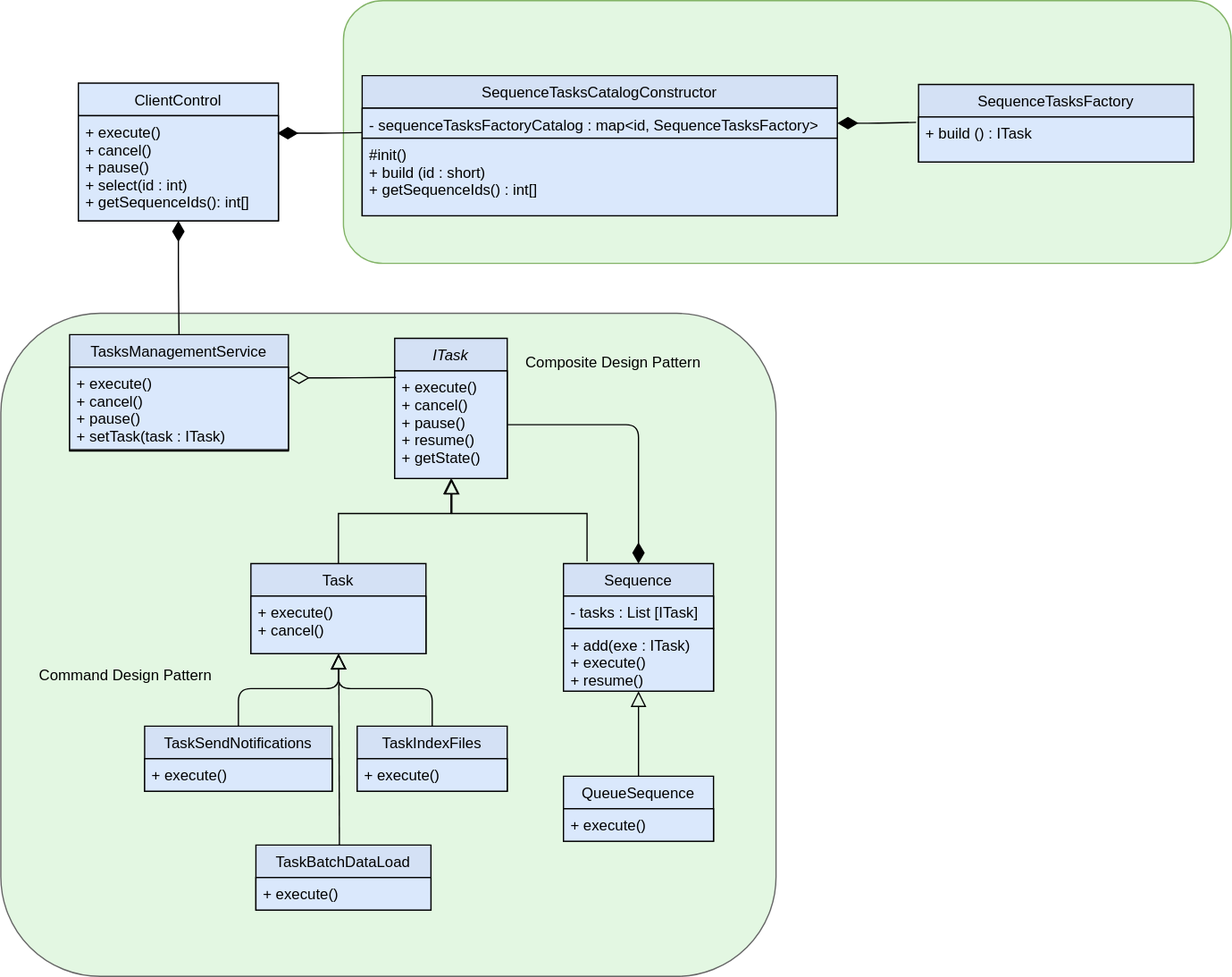
Above: design/TaskManagementService.svg in cguz/task-management-service (draw.io), before the change. Source tidied: cells renumbered, new cells last; positions are measured from the earlier drawing's top-left corner, leaving out a move shared by most shapes.
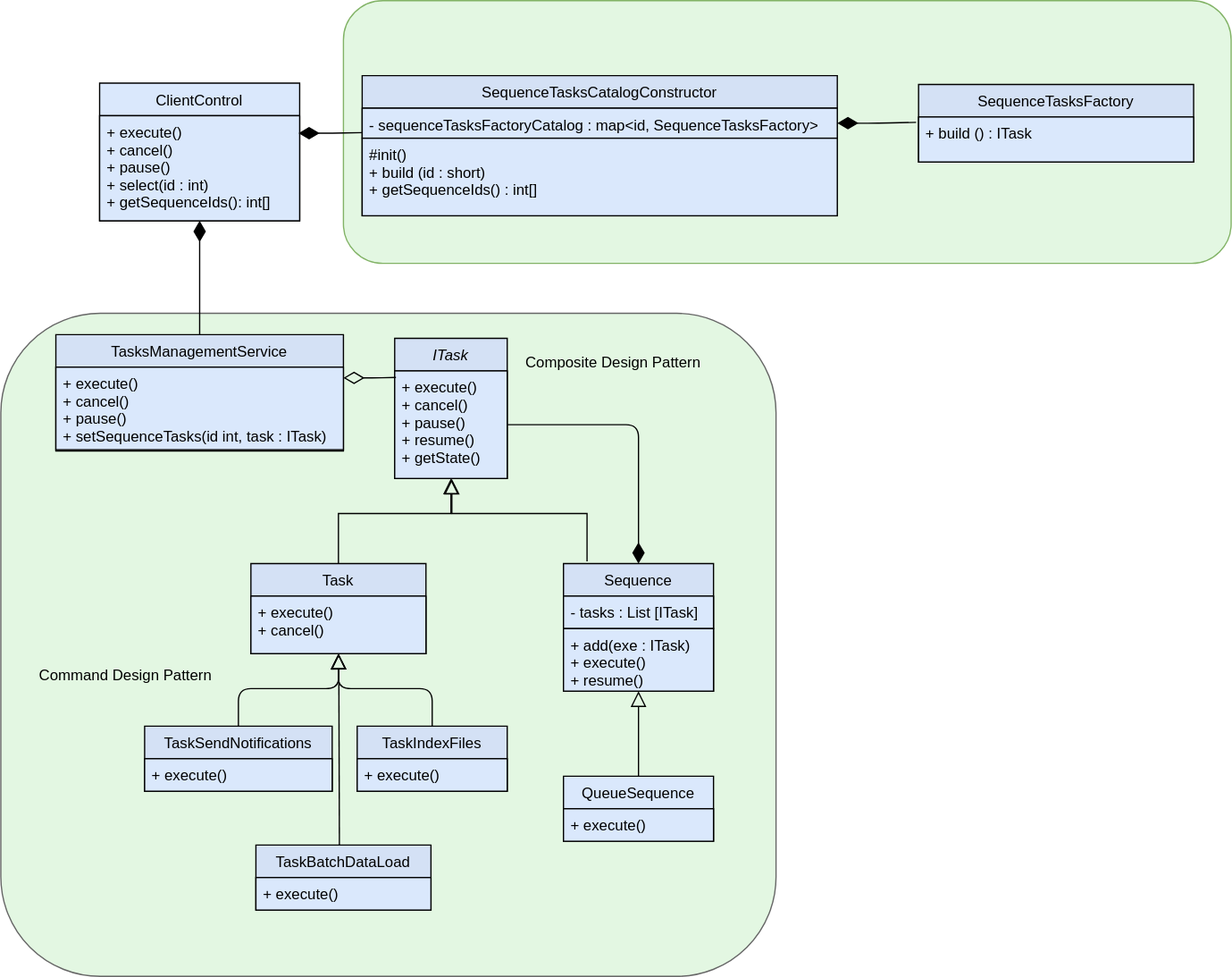
After the change.

The edit, as a diff of the source:
```diff
@@ -92,16 +92,16 @@
       <mxGeometry relative="1" as="geometry" />
     </mxCell>
     <mxCell id="27" value="TasksManagementService" style="swimlane;fontStyle=0;align=center;verticalAlign=top;horizontal=1;startSize=26;rounded=0;shadow=0;strokeWidth=1;fillColor=#D4E1F5;" parent="1" vertex="1">
-      <mxGeometry x="55" y="267" width="175" height="93" as="geometry" />
+      <mxGeometry x="44" y="267" width="230" height="93" as="geometry" />
     </mxCell>
-    <mxCell id="28" value="+ execute()&#10;+ cancel()&#10;+ pause()&#10;+ setTask(task : ITask)" style="text;align=left;verticalAlign=top;spacingLeft=4;spacingRight=4;overflow=hidden;points=[[0,0.5],[1,0.5]];portConstraint=eastwest;fillColor=#dae8fc;strokeColor=#000000;" parent="27" vertex="1">
-      <mxGeometry y="26" width="175" height="66" as="geometry" />
+    <mxCell id="28" value="+ execute()&#10;+ cancel()&#10;+ pause()&#10;+ setSequenceTasks(id int, task : ITask)" style="text;align=left;verticalAlign=top;spacingLeft=4;spacingRight=4;overflow=hidden;points=[[0,0.5],[1,0.5]];portConstraint=eastwest;fillColor=#dae8fc;strokeColor=#000000;" parent="27" vertex="1">
+      <mxGeometry y="26" width="230" height="66" as="geometry" />
     </mxCell>
     <mxCell id="29" style="endArrow=none;html=1;endSize=12;startArrow=diamondThin;startSize=14;startFill=0;edgeStyle=orthogonalEdgeStyle;align=left;verticalAlign=bottom;exitX=1;exitY=0.13;exitDx=0;exitDy=0;exitPerimeter=0;entryX=0.011;entryY=0.061;entryDx=0;entryDy=0;entryPerimeter=0;endFill=0;" parent="1" edge="1" source="28" target="5">
       <mxGeometry x="-1" y="3" relative="1" as="geometry" />
     </mxCell>
     <mxCell id="30" value="ClientControl" style="swimlane;fontStyle=0;align=center;verticalAlign=top;horizontal=1;startSize=26;rounded=0;shadow=0;strokeWidth=1;fillColor=#dae8fc;" parent="1" vertex="1">
-      <mxGeometry x="62" y="66" width="160" height="110" as="geometry" />
+      <mxGeometry x="79" y="66" width="160" height="110" as="geometry" />
     </mxCell>
     <mxCell id="31" value="+ execute()&#10;+ cancel()&#10;+ pause()&#10;+ select(id : int)&#10;+ getSequenceIds(): int[]" style="text;align=left;verticalAlign=top;spacingLeft=4;spacingRight=4;overflow=hidden;points=[[0,0.5],[1,0.5]];portConstraint=eastwest;fillColor=#dae8fc;strokeColor=#000000;" parent="30" vertex="1">
       <mxGeometry y="26" width="160" height="84" as="geometry" />
```
